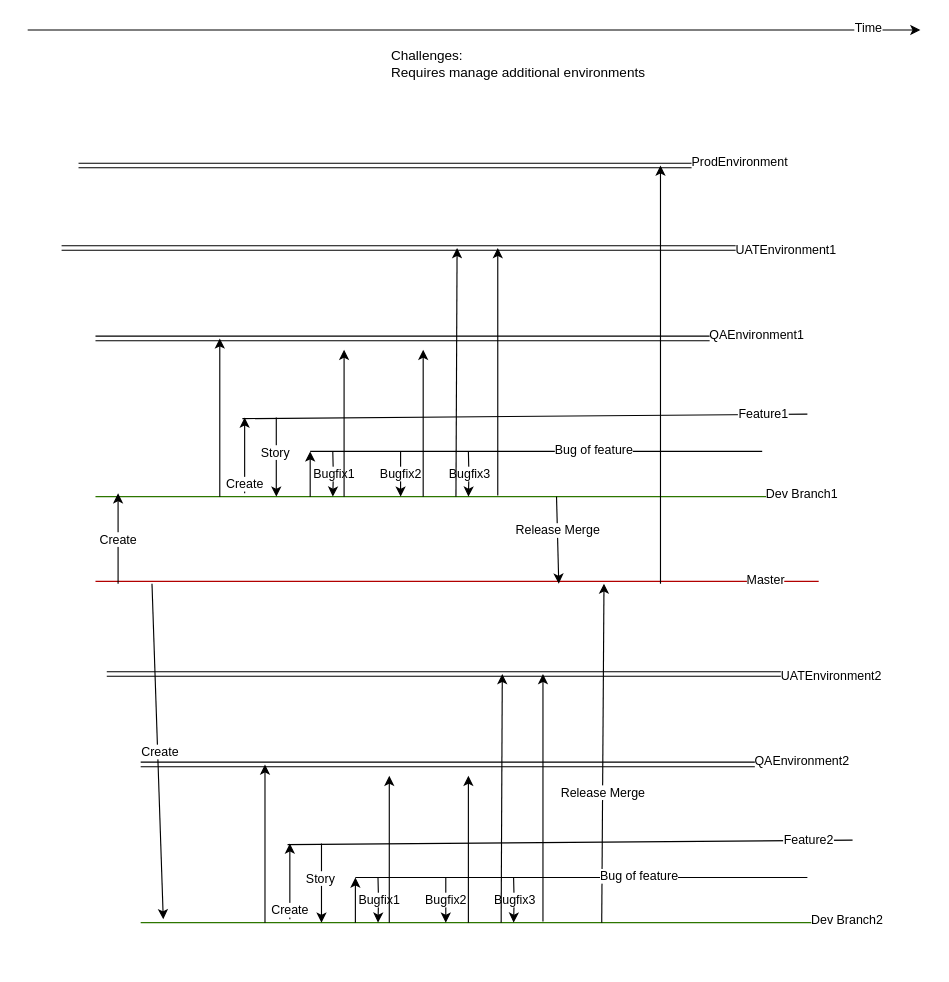
This is Env_Feature.drawio from sshevchenko777/POC, a draw.io file, before an edit. Source tidied: cells renumbered, new cells numbered last; positions are measured from the earlier drawing's top-left corner, leaving out a move shared by most shapes. Both pictures are drawn from the tidied source at 113%, with x=0, y=0 at pixel (27, 29).
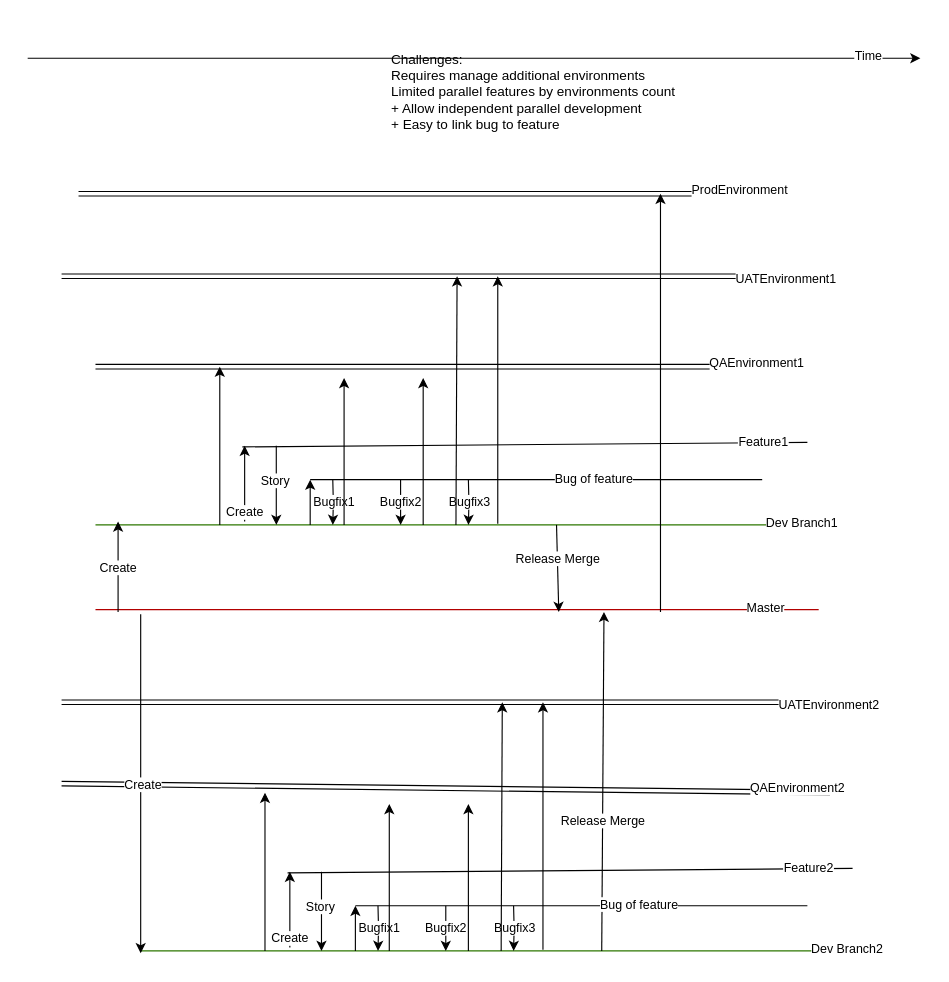
The same diagram, later.

Diff of the diagram source:
```diff
@@
     <mxCell id="2" style="endArrow=none;html=1;rounded=0;fillColor=#60a917;strokeColor=#2D7600;" parent="1" edge="1">
       <mxGeometry relative="1" as="geometry">
-        <mxPoint x="60" y="413" as="sourcePoint" />
-        <mxPoint x="700" y="413" as="targetPoint" />
+        <mxPoint x="60" y="438" as="sourcePoint" />
+        <mxPoint x="700" y="438" as="targetPoint" />
       </mxGeometry>
     </mxCell>
@@
     <mxCell id="4" style="endArrow=none;html=1;rounded=0;fillColor=#e51400;strokeColor=#B20000;" parent="1" edge="1">
       <mxGeometry relative="1" as="geometry">
-        <mxPoint x="60" y="488" as="sourcePoint" />
-        <mxPoint x="700" y="488" as="targetPoint" />
+        <mxPoint x="60" y="513" as="sourcePoint" />
+        <mxPoint x="700" y="513" as="targetPoint" />
       </mxGeometry>
     </mxCell>
@@
     <mxCell id="6" style="edgeStyle=orthogonalEdgeStyle;rounded=0;orthogonalLoop=1;jettySize=auto;html=1;" parent="1" edge="1">
       <mxGeometry relative="1" as="geometry">
-        <mxPoint x="220" y="343" as="sourcePoint" />
-        <mxPoint x="220" y="413" as="targetPoint" />
+        <mxPoint x="220" y="368" as="sourcePoint" />
+        <mxPoint x="220" y="438" as="targetPoint" />
       </mxGeometry>
     </mxCell>
@@
     <mxCell id="8" style="edgeStyle=orthogonalEdgeStyle;rounded=0;orthogonalLoop=1;jettySize=auto;html=1;" parent="1" edge="1">
       <mxGeometry relative="1" as="geometry">
-        <mxPoint x="270" y="373" as="sourcePoint" />
-        <mxPoint x="270" y="413" as="targetPoint" />
+        <mxPoint x="270" y="398" as="sourcePoint" />
+        <mxPoint x="270" y="438" as="targetPoint" />
       </mxGeometry>
     </mxCell>
@@
     <mxCell id="10" style="edgeStyle=orthogonalEdgeStyle;rounded=0;orthogonalLoop=1;jettySize=auto;html=1;" parent="1" edge="1">
       <mxGeometry relative="1" as="geometry">
-        <mxPoint x="390" y="373" as="sourcePoint" />
-        <mxPoint x="390" y="413" as="targetPoint" />
+        <mxPoint x="390" y="398" as="sourcePoint" />
+        <mxPoint x="390" y="438" as="targetPoint" />
       </mxGeometry>
     </mxCell>
@@
     <mxCell id="12" style="endArrow=classic;html=1;rounded=0;" parent="1" edge="1">
       <mxGeometry relative="1" as="geometry">
-        <mxPoint as="sourcePoint" />
-        <mxPoint x="790" as="targetPoint" />
+        <mxPoint y="25" as="sourcePoint" />
+        <mxPoint x="790" y="25" as="targetPoint" />
       </mxGeometry>
     </mxCell>
@@
     <mxCell id="14" style="endArrow=none;html=1;rounded=0;" parent="1" edge="1">
       <mxGeometry relative="1" as="geometry">
-        <mxPoint x="190" y="344" as="sourcePoint" />
-        <mxPoint x="690" y="340" as="targetPoint" />
+        <mxPoint x="190" y="369" as="sourcePoint" />
+        <mxPoint x="690" y="365" as="targetPoint" />
       </mxGeometry>
     </mxCell>
@@
     <mxCell id="16" style="endArrow=classic;html=1;rounded=0;" parent="1" edge="1">
       <mxGeometry relative="1" as="geometry">
-        <mxPoint x="192" y="410" as="sourcePoint" />
-        <mxPoint x="192" y="343" as="targetPoint" />
+        <mxPoint x="192" y="435" as="sourcePoint" />
+        <mxPoint x="192" y="368" as="targetPoint" />
       </mxGeometry>
     </mxCell>
@@
     <mxCell id="18" style="endArrow=classic;html=1;rounded=0;" parent="1" edge="1">
       <mxGeometry relative="1" as="geometry">
-        <mxPoint x="330" y="373" as="sourcePoint" />
-        <mxPoint x="330" y="413" as="targetPoint" />
+        <mxPoint x="330" y="398" as="sourcePoint" />
+        <mxPoint x="330" y="438" as="targetPoint" />
       </mxGeometry>
     </mxCell>
@@
     <mxCell id="20" style="shape=link;html=1;rounded=0;" parent="1" edge="1">
       <mxGeometry relative="1" as="geometry">
-        <mxPoint x="60" y="273" as="sourcePoint" />
-        <mxPoint x="670" y="273" as="targetPoint" />
+        <mxPoint x="60" y="298" as="sourcePoint" />
+        <mxPoint x="670" y="298" as="targetPoint" />
       </mxGeometry>
     </mxCell>
@@
     <mxCell id="22" style="endArrow=classic;html=1;rounded=0;" parent="1" edge="1">
       <mxGeometry relative="1" as="geometry">
-        <mxPoint x="170" y="413" as="sourcePoint" />
-        <mxPoint x="170" y="273" as="targetPoint" />
+        <mxPoint x="170" y="438" as="sourcePoint" />
+        <mxPoint x="170" y="298" as="targetPoint" />
       </mxGeometry>
     </mxCell>
     <mxCell id="23" style="endArrow=classic;html=1;rounded=0;" parent="1" edge="1">
       <mxGeometry relative="1" as="geometry">
-        <mxPoint x="280" y="413" as="sourcePoint" />
-        <mxPoint x="280" y="283" as="targetPoint" />
+        <mxPoint x="280" y="438" as="sourcePoint" />
+        <mxPoint x="280" y="308" as="targetPoint" />
       </mxGeometry>
     </mxCell>
     <mxCell id="24" style="shape=link;html=1;rounded=0;" parent="1" edge="1">
       <mxGeometry relative="1" as="geometry">
-        <mxPoint x="30" y="193" as="sourcePoint" />
-        <mxPoint x="700" y="193" as="targetPoint" />
+        <mxPoint x="30" y="218" as="sourcePoint" />
+        <mxPoint x="700" y="218" as="targetPoint" />
       </mxGeometry>
     </mxCell>
@@
     <mxCell id="26" style="endArrow=classic;html=1;rounded=0;" parent="1" edge="1">
       <mxGeometry relative="1" as="geometry">
-        <mxPoint x="350" y="413" as="sourcePoint" />
-        <mxPoint x="350" y="283" as="targetPoint" />
+        <mxPoint x="350" y="438" as="sourcePoint" />
+        <mxPoint x="350" y="308" as="targetPoint" />
       </mxGeometry>
     </mxCell>
     <mxCell id="27" style="endArrow=classic;html=1;rounded=0;" parent="1" edge="1">
       <mxGeometry relative="1" as="geometry">
-        <mxPoint x="468" y="413" as="sourcePoint" />
-        <mxPoint x="470" y="490" as="targetPoint" />
+        <mxPoint x="468" y="438" as="sourcePoint" />
+        <mxPoint x="470" y="515" as="targetPoint" />
       </mxGeometry>
     </mxCell>
@@
     <mxCell id="29" style="endArrow=classic;html=1;rounded=0;" parent="1" edge="1">
       <mxGeometry relative="1" as="geometry">
-        <mxPoint x="379" y="413" as="sourcePoint" />
-        <mxPoint x="380" y="193" as="targetPoint" />
+        <mxPoint x="379" y="438" as="sourcePoint" />
+        <mxPoint x="380" y="218" as="targetPoint" />
       </mxGeometry>
     </mxCell>
     <mxCell id="30" style="shape=link;html=1;rounded=0;" parent="1" edge="1">
       <mxGeometry relative="1" as="geometry">
-        <mxPoint x="45" y="120" as="sourcePoint" />
-        <mxPoint x="655" y="120" as="targetPoint" />
+        <mxPoint x="45" y="145" as="sourcePoint" />
+        <mxPoint x="655" y="145" as="targetPoint" />
       </mxGeometry>
     </mxCell>
@@
     <mxCell id="32" style="endArrow=classic;html=1;rounded=0;" parent="1" edge="1">
       <mxGeometry relative="1" as="geometry">
-        <mxPoint x="560" y="490" as="sourcePoint" />
-        <mxPoint x="560" y="120" as="targetPoint" />
+        <mxPoint x="560" y="515" as="sourcePoint" />
+        <mxPoint x="560" y="145" as="targetPoint" />
       </mxGeometry>
     </mxCell>
     <mxCell id="33" style="endArrow=none;html=1;rounded=0;" parent="1" edge="1">
       <mxGeometry relative="1" as="geometry">
-        <mxPoint x="250" y="373" as="sourcePoint" />
-        <mxPoint x="650" y="373" as="targetPoint" />
+        <mxPoint x="250" y="398" as="sourcePoint" />
+        <mxPoint x="650" y="398" as="targetPoint" />
       </mxGeometry>
     </mxCell>
@@
     <mxCell id="35" style="endArrow=classic;html=1;rounded=0;" parent="1" edge="1">
       <mxGeometry relative="1" as="geometry">
-        <mxPoint x="250" y="413" as="sourcePoint" />
-        <mxPoint x="250" y="373" as="targetPoint" />
+        <mxPoint x="250" y="438" as="sourcePoint" />
+        <mxPoint x="250" y="398" as="targetPoint" />
       </mxGeometry>
     </mxCell>
     <mxCell id="36" style="endArrow=classic;html=1;rounded=0;" parent="1" edge="1">
       <mxGeometry relative="1" as="geometry">
-        <mxPoint x="416" y="412" as="sourcePoint" />
-        <mxPoint x="416" y="193" as="targetPoint" />
+        <mxPoint x="416" y="437" as="sourcePoint" />
+        <mxPoint x="416" y="218" as="targetPoint" />
       </mxGeometry>
     </mxCell>
-    <mxCell id="37" value="&lt;div&gt;Challenges:&lt;/div&gt;&lt;div&gt;Requires manage additional environments&lt;/div&gt;" style="text;html=1;align=left;verticalAlign=middle;strokeColor=none;fillColor=none;" parent="1" vertex="1">
-      <mxGeometry x="320" y="10" width="250" height="40" as="geometry" />
+    <mxCell id="37" value="&lt;div&gt;Challenges:&lt;/div&gt;&lt;div&gt;Requires manage additional environments&lt;/div&gt;&lt;div&gt;Limited parallel features by environments count&lt;/div&gt;&lt;div&gt;+ Allow independent parallel development&lt;/div&gt;&lt;div&gt;+ Easy to link bug to feature&lt;/div&gt;" style="text;html=1;align=left;verticalAlign=middle;strokeColor=none;fillColor=none;" parent="1" vertex="1">
+      <mxGeometry x="320" y="10" width="270" height="90" as="geometry" />
     </mxCell>
     <mxCell id="38" style="endArrow=classic;html=1;rounded=0;" parent="1" edge="1">
       <mxGeometry relative="1" as="geometry">
-        <mxPoint x="80" y="490" as="sourcePoint" />
-        <mxPoint x="80" y="410" as="targetPoint" />
+        <mxPoint x="80" y="515" as="sourcePoint" />
+        <mxPoint x="80" y="435" as="targetPoint" />
       </mxGeometry>
     </mxCell>
@@
     <mxCell id="40" style="endArrow=none;html=1;rounded=0;fillColor=#60a917;strokeColor=#2D7600;" parent="1" edge="1">
       <mxGeometry relative="1" as="geometry">
-        <mxPoint x="100" y="790" as="sourcePoint" />
-        <mxPoint x="740" y="790" as="targetPoint" />
+        <mxPoint x="100" y="815" as="sourcePoint" />
+        <mxPoint x="740" y="815" as="targetPoint" />
       </mxGeometry>
     </mxCell>
@@
     <mxCell id="42" style="edgeStyle=orthogonalEdgeStyle;rounded=0;orthogonalLoop=1;jettySize=auto;html=1;" parent="1" edge="1">
       <mxGeometry relative="1" as="geometry">
-        <mxPoint x="260" y="720" as="sourcePoint" />
-        <mxPoint x="260" y="790" as="targetPoint" />
+        <mxPoint x="260" y="745" as="sourcePoint" />
+        <mxPoint x="260" y="815" as="targetPoint" />
       </mxGeometry>
     </mxCell>
@@
     <mxCell id="44" style="edgeStyle=orthogonalEdgeStyle;rounded=0;orthogonalLoop=1;jettySize=auto;html=1;" parent="1" edge="1">
       <mxGeometry relative="1" as="geometry">
-        <mxPoint x="310" y="750" as="sourcePoint" />
-        <mxPoint x="310" y="790" as="targetPoint" />
+        <mxPoint x="310" y="775" as="sourcePoint" />
+        <mxPoint x="310" y="815" as="targetPoint" />
       </mxGeometry>
     </mxCell>
@@
     <mxCell id="46" style="edgeStyle=orthogonalEdgeStyle;rounded=0;orthogonalLoop=1;jettySize=auto;html=1;" parent="1" edge="1">
       <mxGeometry relative="1" as="geometry">
-        <mxPoint x="430" y="750" as="sourcePoint" />
-        <mxPoint x="430" y="790" as="targetPoint" />
+        <mxPoint x="430" y="775" as="sourcePoint" />
+        <mxPoint x="430" y="815" as="targetPoint" />
       </mxGeometry>
     </mxCell>
@@
     <mxCell id="48" style="endArrow=none;html=1;rounded=0;" parent="1" edge="1">
       <mxGeometry relative="1" as="geometry">
-        <mxPoint x="230" y="721" as="sourcePoint" />
-        <mxPoint x="730" y="717" as="targetPoint" />
+        <mxPoint x="230" y="746" as="sourcePoint" />
+        <mxPoint x="730" y="742" as="targetPoint" />
       </mxGeometry>
     </mxCell>
@@
     <mxCell id="50" style="endArrow=classic;html=1;rounded=0;" parent="1" edge="1">
       <mxGeometry relative="1" as="geometry">
-        <mxPoint x="232" y="787" as="sourcePoint" />
-        <mxPoint x="232" y="720" as="targetPoint" />
+        <mxPoint x="232" y="812" as="sourcePoint" />
+        <mxPoint x="232" y="745" as="targetPoint" />
       </mxGeometry>
     </mxCell>
@@
     <mxCell id="52" style="endArrow=classic;html=1;rounded=0;" parent="1" edge="1">
       <mxGeometry relative="1" as="geometry">
-        <mxPoint x="370" y="750" as="sourcePoint" />
-        <mxPoint x="370" y="790" as="targetPoint" />
+        <mxPoint x="370" y="775" as="sourcePoint" />
+        <mxPoint x="370" y="815" as="targetPoint" />
       </mxGeometry>
     </mxCell>
@@
     <mxCell id="54" style="shape=link;html=1;rounded=0;" parent="1" edge="1">
       <mxGeometry relative="1" as="geometry">
-        <mxPoint x="100" y="650" as="sourcePoint" />
-        <mxPoint x="710" y="650" as="targetPoint" />
+        <mxPoint x="30" y="667" as="sourcePoint" />
+        <mxPoint x="710" y="675" as="targetPoint" />
       </mxGeometry>
     </mxCell>
@@
     <mxCell id="56" style="endArrow=classic;html=1;rounded=0;" parent="1" edge="1">
       <mxGeometry relative="1" as="geometry">
-        <mxPoint x="210" y="790" as="sourcePoint" />
-        <mxPoint x="210" y="650" as="targetPoint" />
+        <mxPoint x="210" y="815" as="sourcePoint" />
+        <mxPoint x="210" y="675" as="targetPoint" />
       </mxGeometry>
     </mxCell>
     <mxCell id="57" style="endArrow=classic;html=1;rounded=0;" parent="1" edge="1">
       <mxGeometry relative="1" as="geometry">
-        <mxPoint x="320" y="790" as="sourcePoint" />
-        <mxPoint x="320" y="660" as="targetPoint" />
+        <mxPoint x="320" y="815" as="sourcePoint" />
+        <mxPoint x="320" y="685" as="targetPoint" />
       </mxGeometry>
     </mxCell>
     <mxCell id="58" style="shape=link;html=1;rounded=0;" parent="1" edge="1">
       <mxGeometry relative="1" as="geometry">
-        <mxPoint x="70" y="570" as="sourcePoint" />
-        <mxPoint x="740" y="570" as="targetPoint" />
+        <mxPoint x="30" y="595" as="sourcePoint" />
+        <mxPoint x="740" y="595" as="targetPoint" />
       </mxGeometry>
     </mxCell>
@@
     <mxCell id="60" style="endArrow=classic;html=1;rounded=0;" parent="1" edge="1">
       <mxGeometry relative="1" as="geometry">
-        <mxPoint x="390" y="790" as="sourcePoint" />
-        <mxPoint x="390" y="660" as="targetPoint" />
+        <mxPoint x="390" y="815" as="sourcePoint" />
+        <mxPoint x="390" y="685" as="targetPoint" />
       </mxGeometry>
     </mxCell>
     <mxCell id="61" style="endArrow=classic;html=1;rounded=0;" parent="1" edge="1">
       <mxGeometry relative="1" as="geometry">
-        <mxPoint x="508" y="790" as="sourcePoint" />
-        <mxPoint x="510" y="490" as="targetPoint" />
+        <mxPoint x="508" y="815" as="sourcePoint" />
+        <mxPoint x="510" y="515" as="targetPoint" />
       </mxGeometry>
     </mxCell>
@@
     <mxCell id="63" style="endArrow=classic;html=1;rounded=0;" parent="1" edge="1">
       <mxGeometry relative="1" as="geometry">
-        <mxPoint x="419" y="790" as="sourcePoint" />
-        <mxPoint x="420" y="570" as="targetPoint" />
+        <mxPoint x="419" y="815" as="sourcePoint" />
+        <mxPoint x="420" y="595" as="targetPoint" />
       </mxGeometry>
     </mxCell>
     <mxCell id="64" style="endArrow=none;html=1;rounded=0;" parent="1" edge="1">
       <mxGeometry relative="1" as="geometry">
-        <mxPoint x="290" y="750" as="sourcePoint" />
-        <mxPoint x="690" y="750" as="targetPoint" />
+        <mxPoint x="290" y="775" as="sourcePoint" />
+        <mxPoint x="690" y="775" as="targetPoint" />
       </mxGeometry>
     </mxCell>
@@
     <mxCell id="66" style="endArrow=classic;html=1;rounded=0;" parent="1" edge="1">
       <mxGeometry relative="1" as="geometry">
-        <mxPoint x="290" y="790" as="sourcePoint" />
-        <mxPoint x="290" y="750" as="targetPoint" />
+        <mxPoint x="290" y="815" as="sourcePoint" />
+        <mxPoint x="290" y="775" as="targetPoint" />
       </mxGeometry>
     </mxCell>
     <mxCell id="67" style="endArrow=classic;html=1;rounded=0;" parent="1" edge="1">
       <mxGeometry relative="1" as="geometry">
-        <mxPoint x="456" y="789" as="sourcePoint" />
-        <mxPoint x="456" y="570" as="targetPoint" />
+        <mxPoint x="456" y="814" as="sourcePoint" />
+        <mxPoint x="456" y="595" as="targetPoint" />
       </mxGeometry>
     </mxCell>
     <mxCell id="68" style="endArrow=classic;html=1;rounded=0;" parent="1" edge="1">
       <mxGeometry relative="1" as="geometry">
-        <mxPoint x="110" y="490" as="sourcePoint" />
-        <mxPoint x="120" y="787" as="targetPoint" />
+        <mxPoint x="100" y="517" as="sourcePoint" />
+        <mxPoint x="100" y="817" as="targetPoint" />
       </mxGeometry>
     </mxCell>
```
